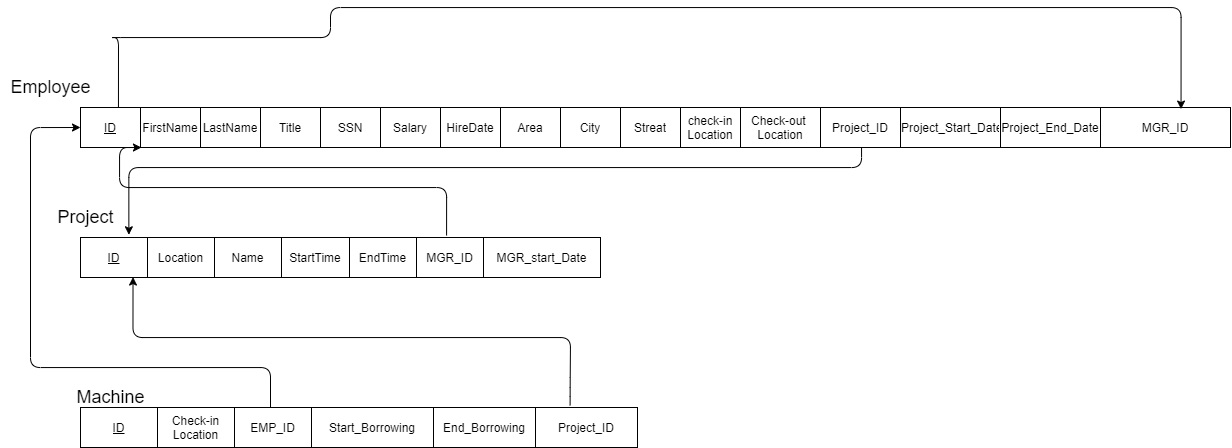
Before: schema.png, a diagram exported from draw.io (aymanred121/IGEC-Logging-App-Project). Source tidied: cells renumbered, new cells last; positions are measured from the earlier drawing's top-left corner, leaving out a move shared by most shapes. The source it was exported from:
```xml
<mxGraphModel>
  <root>
    <mxCell id="0" />
    <mxCell id="1" parent="0" />
    <mxCell id="2" style="shape=table;startSize=0;" parent="1" vertex="1">
      <mxGeometry x="80" y="100" width="1150" height="40" as="geometry" />
    </mxCell>
    <mxCell id="3" style="shape=partialRectangle;fillColor=none;top=0;left=0;bottom=0;right=0;points=[[0,0.5],[1,0.5]];portConstraint=eastwest;" parent="2" vertex="1">
      <mxGeometry width="1150" height="40" as="geometry" />
    </mxCell>
    <mxCell id="4" value="&lt;u&gt;ID&lt;/u&gt;" style="shape=partialRectangle;html=1;whiteSpace=wrap;overflow=hidden;fillColor=none;top=0;left=0;bottom=0;right=0;" parent="3" vertex="1">
      <mxGeometry width="60" height="40" as="geometry" />
    </mxCell>
    <mxCell id="5" value="FirstName" style="shape=partialRectangle;html=1;whiteSpace=wrap;overflow=hidden;fillColor=none;top=0;left=0;bottom=0;right=0;" parent="3" vertex="1">
      <mxGeometry x="60" width="60" height="40" as="geometry" />
    </mxCell>
    <mxCell id="6" value="LastName" style="shape=partialRectangle;html=1;whiteSpace=wrap;overflow=hidden;fillColor=none;top=0;left=0;bottom=0;right=0;" parent="3" vertex="1">
      <mxGeometry x="120" width="60" height="40" as="geometry" />
    </mxCell>
    <mxCell id="7" value="Title" style="shape=partialRectangle;html=1;whiteSpace=wrap;overflow=hidden;fillColor=none;top=0;left=0;bottom=0;right=0;" parent="3" vertex="1">
      <mxGeometry x="180" width="60" height="40" as="geometry" />
    </mxCell>
    <mxCell id="8" value="SSN" style="shape=partialRectangle;html=1;whiteSpace=wrap;overflow=hidden;fillColor=none;top=0;left=0;bottom=0;right=0;" parent="3" vertex="1">
      <mxGeometry x="240" width="60" height="40" as="geometry" />
    </mxCell>
    <mxCell id="9" value="Salary" style="shape=partialRectangle;html=1;whiteSpace=wrap;overflow=hidden;fillColor=none;top=0;left=0;bottom=0;right=0;" parent="3" vertex="1">
      <mxGeometry x="300" width="60" height="40" as="geometry" />
    </mxCell>
    <mxCell id="10" value="HireDate" style="shape=partialRectangle;html=1;whiteSpace=wrap;overflow=hidden;fillColor=none;top=0;left=0;bottom=0;right=0;" parent="3" vertex="1">
      <mxGeometry x="360" width="60" height="40" as="geometry" />
    </mxCell>
    <mxCell id="11" value="Area" style="shape=partialRectangle;html=1;whiteSpace=wrap;overflow=hidden;fillColor=none;top=0;left=0;bottom=0;right=0;" parent="3" vertex="1">
      <mxGeometry x="420" width="60" height="40" as="geometry" />
    </mxCell>
    <mxCell id="12" value="City" style="shape=partialRectangle;html=1;whiteSpace=wrap;overflow=hidden;fillColor=none;top=0;left=0;bottom=0;right=0;" parent="3" vertex="1">
      <mxGeometry x="480" width="60" height="40" as="geometry" />
    </mxCell>
    <mxCell id="13" value="Streat" style="shape=partialRectangle;html=1;whiteSpace=wrap;overflow=hidden;fillColor=none;top=0;left=0;bottom=0;right=0;" parent="3" vertex="1">
      <mxGeometry x="540" width="60" height="40" as="geometry" />
    </mxCell>
    <mxCell id="14" value="check-in Location" style="shape=partialRectangle;html=1;whiteSpace=wrap;overflow=hidden;fillColor=none;top=0;left=0;bottom=0;right=0;" parent="3" vertex="1">
      <mxGeometry x="600" width="60" height="40" as="geometry" />
    </mxCell>
    <mxCell id="15" value="Check-out&amp;nbsp;&lt;br&gt;Location" style="shape=partialRectangle;html=1;whiteSpace=wrap;overflow=hidden;fillColor=none;top=0;left=0;bottom=0;right=0;" parent="3" vertex="1">
      <mxGeometry x="660" width="80" height="40" as="geometry" />
    </mxCell>
    <mxCell id="16" value="Project_ID" style="shape=partialRectangle;html=1;whiteSpace=wrap;overflow=hidden;fillColor=none;top=0;left=0;bottom=0;right=0;" parent="3" vertex="1">
      <mxGeometry x="740" width="80" height="40" as="geometry" />
    </mxCell>
    <mxCell id="17" value="Project_Start_Date" style="shape=partialRectangle;html=1;whiteSpace=wrap;overflow=hidden;fillColor=none;top=0;left=0;bottom=0;right=0;" parent="3" vertex="1">
      <mxGeometry x="820" width="100" height="40" as="geometry" />
    </mxCell>
    <mxCell id="18" value="Project_End_Date" style="shape=partialRectangle;html=1;whiteSpace=wrap;overflow=hidden;fillColor=none;top=0;left=0;bottom=0;right=0;" parent="3" vertex="1">
      <mxGeometry x="920" width="100" height="40" as="geometry" />
    </mxCell>
    <mxCell id="19" value="MGR_ID" style="shape=partialRectangle;html=1;whiteSpace=wrap;overflow=hidden;fillColor=none;top=0;left=0;bottom=0;right=0;" parent="3" vertex="1">
      <mxGeometry x="1020" width="130" height="40" as="geometry" />
    </mxCell>
    <mxCell id="20" style="edgeStyle=segmentEdgeStyle;endArrow=classic;html=1;strokeColor=#000000;strokeWidth=1;exitX=0.033;exitY=0;exitDx=0;exitDy=0;exitPerimeter=0;entryX=0.957;entryY=0.039;entryDx=0;entryDy=0;entryPerimeter=0;" parent="2" edge="1" source="3" target="3">
      <mxGeometry relative="1" as="geometry">
        <Array as="points">
          <mxPoint x="30" y="-70" />
          <mxPoint x="250" y="-70" />
          <mxPoint x="250" y="-100" />
          <mxPoint x="861" y="-100" />
        </Array>
      </mxGeometry>
    </mxCell>
    <mxCell id="21" value="&lt;font style=&quot;font-size: 18px&quot;&gt;Employee&lt;/font&gt;" style="text;html=1;align=center;verticalAlign=middle;strokeColor=none;" parent="1" vertex="1">
      <mxGeometry y="70" width="100" height="20" as="geometry" />
    </mxCell>
    <mxCell id="22" style="shape=table;startSize=0;" parent="1" vertex="1">
      <mxGeometry x="80" y="230" width="520" height="40" as="geometry" />
    </mxCell>
    <mxCell id="23" style="shape=partialRectangle;fillColor=none;top=0;left=0;bottom=0;right=0;points=[[0,0.5],[1,0.5]];portConstraint=eastwest;" parent="22" vertex="1">
      <mxGeometry width="520" height="40" as="geometry" />
    </mxCell>
    <mxCell id="24" value="&lt;u&gt;ID&lt;/u&gt;" style="shape=partialRectangle;html=1;whiteSpace=wrap;overflow=hidden;fillColor=none;top=0;left=0;bottom=0;right=0;" parent="23" vertex="1">
      <mxGeometry width="67" height="40" as="geometry" />
    </mxCell>
    <mxCell id="25" value="Location" style="shape=partialRectangle;html=1;whiteSpace=wrap;overflow=hidden;fillColor=none;top=0;left=0;bottom=0;right=0;" parent="23" vertex="1">
      <mxGeometry x="67" width="67" height="40" as="geometry" />
    </mxCell>
    <mxCell id="26" value="Name" style="shape=partialRectangle;html=1;whiteSpace=wrap;overflow=hidden;fillColor=none;top=0;left=0;bottom=0;right=0;" parent="23" vertex="1">
      <mxGeometry x="134" width="67" height="40" as="geometry" />
    </mxCell>
    <mxCell id="27" value="StartTime" style="shape=partialRectangle;html=1;whiteSpace=wrap;overflow=hidden;fillColor=none;top=0;left=0;bottom=0;right=0;" parent="23" vertex="1">
      <mxGeometry x="201" width="68" height="40" as="geometry" />
    </mxCell>
    <mxCell id="28" value="EndTime" style="shape=partialRectangle;html=1;whiteSpace=wrap;overflow=hidden;fillColor=none;top=0;left=0;bottom=0;right=0;" parent="23" vertex="1">
      <mxGeometry x="269" width="67" height="40" as="geometry" />
    </mxCell>
    <mxCell id="29" value="MGR_ID" style="shape=partialRectangle;html=1;whiteSpace=wrap;overflow=hidden;fillColor=none;top=0;left=0;bottom=0;right=0;" parent="23" vertex="1">
      <mxGeometry x="336" width="67" height="40" as="geometry" />
    </mxCell>
    <mxCell id="30" value="MGR_start_Date" style="shape=partialRectangle;html=1;whiteSpace=wrap;overflow=hidden;fillColor=none;top=0;left=0;bottom=0;right=0;" parent="23" vertex="1">
      <mxGeometry x="403" width="117" height="40" as="geometry" />
    </mxCell>
    <mxCell id="31" value="&lt;font style=&quot;font-size: 18px&quot;&gt;Project&lt;/font&gt;" style="text;html=1;align=center;verticalAlign=middle;strokeColor=none;" parent="1" vertex="1">
      <mxGeometry x="50" y="200" width="70" height="20" as="geometry" />
    </mxCell>
    <mxCell id="32" style="shape=table;startSize=0;" parent="1" vertex="1">
      <mxGeometry x="80" y="400" width="557" height="40" as="geometry" />
    </mxCell>
    <mxCell id="33" style="shape=partialRectangle;fillColor=none;top=0;left=0;bottom=0;right=0;points=[[0,0.5],[1,0.5]];portConstraint=eastwest;" parent="32" vertex="1">
      <mxGeometry width="557" height="40" as="geometry" />
    </mxCell>
    <mxCell id="34" value="&lt;u&gt;ID&lt;/u&gt;" style="shape=partialRectangle;html=1;whiteSpace=wrap;overflow=hidden;fillColor=none;top=0;left=0;bottom=0;right=0;" parent="33" vertex="1">
      <mxGeometry width="77" height="40" as="geometry" />
    </mxCell>
    <mxCell id="35" value="Check-in Location" style="shape=partialRectangle;html=1;whiteSpace=wrap;overflow=hidden;fillColor=none;top=0;left=0;bottom=0;right=0;" parent="33" vertex="1">
      <mxGeometry x="77" width="77" height="40" as="geometry" />
    </mxCell>
    <mxCell id="36" value="EMP_ID" style="shape=partialRectangle;html=1;whiteSpace=wrap;overflow=hidden;fillColor=none;top=0;left=0;bottom=0;right=0;" parent="33" vertex="1">
      <mxGeometry x="154" width="77" height="40" as="geometry" />
    </mxCell>
    <mxCell id="37" value="Start_Borrowing" style="shape=partialRectangle;html=1;whiteSpace=wrap;overflow=hidden;fillColor=none;top=0;left=0;bottom=0;right=0;" parent="33" vertex="1">
      <mxGeometry x="231" width="122" height="40" as="geometry" />
    </mxCell>
    <mxCell id="38" value="End_Borrowing" style="shape=partialRectangle;html=1;whiteSpace=wrap;overflow=hidden;fillColor=none;top=0;left=0;bottom=0;right=0;" parent="33" vertex="1">
      <mxGeometry x="353" width="102" height="40" as="geometry" />
    </mxCell>
    <mxCell id="39" value="Project_ID" style="shape=partialRectangle;html=1;whiteSpace=wrap;overflow=hidden;fillColor=none;top=0;left=0;bottom=0;right=0;" parent="33" vertex="1">
      <mxGeometry x="455" width="102" height="40" as="geometry" />
    </mxCell>
    <mxCell id="40" value="&lt;font style=&quot;font-size: 18px&quot;&gt;Machine&lt;/font&gt;" style="text;html=1;align=center;verticalAlign=middle;strokeColor=none;" parent="1" vertex="1">
      <mxGeometry x="70" y="380" width="80" height="20" as="geometry" />
    </mxCell>
    <mxCell id="41" style="edgeStyle=segmentEdgeStyle;endArrow=classic;html=1;strokeColor=#000000;strokeWidth=1;exitX=0.704;exitY=-0.05;exitDx=0;exitDy=0;exitPerimeter=0;entryX=0.053;entryY=1;entryDx=0;entryDy=0;entryPerimeter=0;" parent="1" edge="1" source="23" target="3">
      <mxGeometry relative="1" as="geometry">
        <Array as="points">
          <mxPoint x="446" y="180" />
          <mxPoint x="119" y="180" />
        </Array>
      </mxGeometry>
    </mxCell>
    <mxCell id="42" style="edgeStyle=segmentEdgeStyle;endArrow=classic;html=1;strokeColor=#000000;strokeWidth=1;entryX=0;entryY=0.5;entryDx=0;entryDy=0;" parent="1" edge="1" source="33" target="3">
      <mxGeometry relative="1" as="geometry">
        <Array as="points">
          <mxPoint x="270" y="360" />
          <mxPoint x="30" y="360" />
          <mxPoint x="30" y="120" />
        </Array>
      </mxGeometry>
    </mxCell>
    <mxCell id="43" style="edgeStyle=segmentEdgeStyle;endArrow=classic;html=1;strokeColor=#000000;strokeWidth=1;exitX=0.879;exitY=-0.054;exitDx=0;exitDy=0;exitPerimeter=0;entryX=0.101;entryY=0.989;entryDx=0;entryDy=0;entryPerimeter=0;" parent="1" edge="1" source="33" target="23">
      <mxGeometry relative="1" as="geometry">
        <Array as="points">
          <mxPoint x="570" y="380" />
          <mxPoint x="570" y="360" />
          <mxPoint x="570" y="330" />
          <mxPoint x="132" y="330" />
        </Array>
      </mxGeometry>
    </mxCell>
    <mxCell id="44" style="edgeStyle=segmentEdgeStyle;endArrow=classic;html=1;strokeColor=#000000;strokeWidth=1;entryX=0.093;entryY=-0.068;entryDx=0;entryDy=0;entryPerimeter=0;" parent="1" edge="1" source="3" target="23">
      <mxGeometry relative="1" as="geometry">
        <Array as="points">
          <mxPoint x="861" y="160" />
          <mxPoint x="128" y="160" />
        </Array>
      </mxGeometry>
    </mxCell>
  </root>
</mxGraphModel>
```
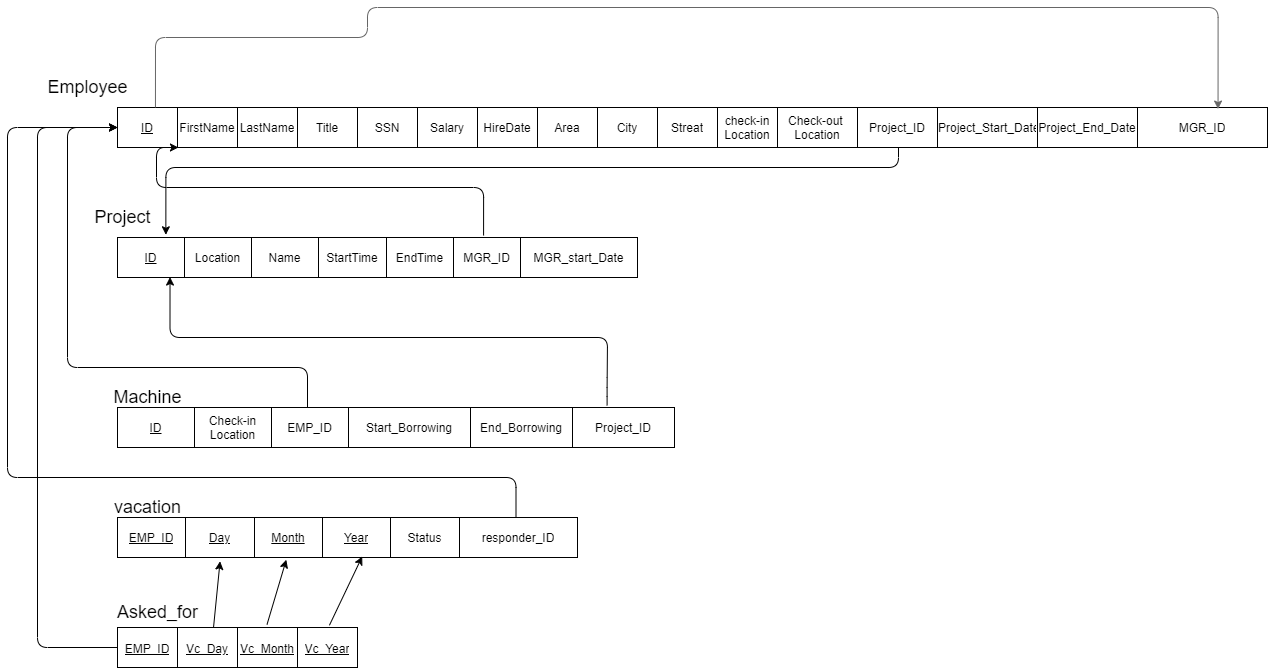
The same diagram one commit later.

Commit message:
schema with vacation "Not reviewed"

The edit, as a diff of the source:
```diff
@@ -56,13 +56,13 @@
     <mxCell id="19" value="MGR_ID" style="shape=partialRectangle;html=1;whiteSpace=wrap;overflow=hidden;fillColor=none;top=0;left=0;bottom=0;right=0;" parent="3" vertex="1">
       <mxGeometry x="1020" width="130" height="40" as="geometry" />
     </mxCell>
-    <mxCell id="20" style="edgeStyle=segmentEdgeStyle;endArrow=classic;html=1;strokeColor=#000000;strokeWidth=1;exitX=0.033;exitY=0;exitDx=0;exitDy=0;exitPerimeter=0;entryX=0.957;entryY=0.039;entryDx=0;entryDy=0;entryPerimeter=0;" parent="2" edge="1" source="3" target="3">
+    <mxCell id="20" style="edgeStyle=segmentEdgeStyle;endArrow=classic;html=1;strokeColor=#666666;strokeWidth=1;exitX=0.033;exitY=0;exitDx=0;exitDy=0;exitPerimeter=0;entryX=0.957;entryY=0.039;entryDx=0;entryDy=0;entryPerimeter=0;labelBackgroundColor=default;fontColor=default;fillColor=#f5f5f5;" parent="2" edge="1" source="3" target="3">
       <mxGeometry relative="1" as="geometry">
         <Array as="points">
-          <mxPoint x="30" y="-70" />
+          <mxPoint x="38" y="-70" />
           <mxPoint x="250" y="-70" />
           <mxPoint x="250" y="-100" />
-          <mxPoint x="861" y="-100" />
+          <mxPoint x="1101" y="-100" />
         </Array>
       </mxGeometry>
     </mxCell>
@@ -134,7 +134,7 @@
         </Array>
       </mxGeometry>
     </mxCell>
-    <mxCell id="42" style="edgeStyle=segmentEdgeStyle;endArrow=classic;html=1;strokeColor=#000000;strokeWidth=1;entryX=0;entryY=0.5;entryDx=0;entryDy=0;" parent="1" edge="1" source="33" target="3">
+    <mxCell id="42" style="edgeStyle=segmentEdgeStyle;endArrow=classic;html=1;strokeColor=#000000;strokeWidth=1;entryX=0;entryY=0.5;entryDx=0;entryDy=0;labelBackgroundColor=default;fontColor=default;" parent="1" edge="1" source="33" target="3">
       <mxGeometry relative="1" as="geometry">
         <Array as="points">
           <mxPoint x="270" y="360" />
@@ -161,5 +161,80 @@
         </Array>
       </mxGeometry>
     </mxCell>
+    <mxCell id="45" style="shape=table;startSize=0;fontColor=default;fillColor=default;strokeColor=default;" parent="1" vertex="1">
+      <mxGeometry x="80" y="510" width="460" height="40" as="geometry" />
+    </mxCell>
+    <mxCell id="46" style="shape=partialRectangle;fillColor=none;top=0;left=0;bottom=0;right=0;points=[[0,0.5],[1,0.5]];portConstraint=eastwest;fontColor=default;" parent="45" vertex="1">
+      <mxGeometry width="460" height="40" as="geometry" />
+    </mxCell>
+    <mxCell id="47" value="&lt;u&gt;EMP_ID&lt;/u&gt;" style="shape=partialRectangle;html=1;whiteSpace=wrap;overflow=hidden;fillColor=none;top=0;left=0;bottom=0;right=0;fontColor=default;" parent="46" vertex="1">
+      <mxGeometry width="68" height="40" as="geometry" />
+    </mxCell>
+    <mxCell id="48" value="&lt;u&gt;Day&lt;/u&gt;" style="shape=partialRectangle;html=1;whiteSpace=wrap;overflow=hidden;fillColor=none;top=0;left=0;bottom=0;right=0;fontColor=default;" parent="46" vertex="1">
+      <mxGeometry x="68" width="69" height="40" as="geometry" />
+    </mxCell>
+    <mxCell id="49" value="&lt;u&gt;Month&lt;/u&gt;" style="shape=partialRectangle;html=1;whiteSpace=wrap;overflow=hidden;fillColor=none;top=0;left=0;bottom=0;right=0;fontColor=default;" parent="46" vertex="1">
+      <mxGeometry x="137" width="68" height="40" as="geometry" />
+    </mxCell>
+    <mxCell id="50" value="&lt;u&gt;Year&lt;/u&gt;" style="shape=partialRectangle;html=1;whiteSpace=wrap;overflow=hidden;fillColor=none;top=0;left=0;bottom=0;right=0;fontColor=default;" parent="46" vertex="1">
+      <mxGeometry x="205" width="68" height="40" as="geometry" />
+    </mxCell>
+    <mxCell id="51" value="Status" style="shape=partialRectangle;html=1;whiteSpace=wrap;overflow=hidden;fillColor=none;top=0;left=0;bottom=0;right=0;fontColor=default;" parent="46" vertex="1">
+      <mxGeometry x="273" width="69" height="40" as="geometry" />
+    </mxCell>
+    <mxCell id="52" value="responder_ID" style="shape=partialRectangle;html=1;whiteSpace=wrap;overflow=hidden;fillColor=none;top=0;left=0;bottom=0;right=0;fontColor=default;" parent="46" vertex="1">
+      <mxGeometry x="342" width="118" height="40" as="geometry" />
+    </mxCell>
+    <mxCell id="53" value="&lt;font style=&quot;font-size: 18px&quot;&gt;vacation&lt;/font&gt;" style="text;html=1;align=center;verticalAlign=middle;strokeColor=none;fillColor=none;fontColor=default;" parent="1" vertex="1">
+      <mxGeometry x="70" y="490" width="80" height="20" as="geometry" />
+    </mxCell>
+    <mxCell id="54" style="edgeStyle=segmentEdgeStyle;endArrow=classic;html=1;strokeColor=#000000;strokeWidth=1;labelBackgroundColor=default;fontColor=default;entryX=0;entryY=0.5;entryDx=0;entryDy=0;" parent="1" edge="1" target="3">
+      <mxGeometry relative="1" as="geometry">
+        <mxPoint x="478.5" y="510" as="sourcePoint" />
+        <Array as="points">
+          <mxPoint x="479" y="470" />
+          <mxPoint x="-30" y="470" />
+          <mxPoint x="-30" y="120" />
+        </Array>
+      </mxGeometry>
+    </mxCell>
+    <mxCell id="55" style="shape=table;startSize=0;fontSize=18;fontColor=default;strokeColor=default;fillColor=default;" parent="1" vertex="1">
+      <mxGeometry x="80" y="620" width="240" height="40" as="geometry" />
+    </mxCell>
+    <mxCell id="56" style="shape=partialRectangle;fillColor=none;top=0;left=0;bottom=0;right=0;points=[[0,0.5],[1,0.5]];portConstraint=eastwest;fontSize=18;fontColor=default;strokeColor=default;" parent="55" vertex="1">
+      <mxGeometry width="240" height="40" as="geometry" />
+    </mxCell>
+    <mxCell id="57" value="&lt;font style=&quot;font-size: 12px&quot;&gt;&lt;u&gt;EMP_ID&lt;/u&gt;&lt;/font&gt;" style="shape=partialRectangle;html=1;whiteSpace=wrap;overflow=hidden;fillColor=none;top=0;left=0;bottom=0;right=0;fontSize=18;fontColor=default;strokeColor=default;" parent="56" vertex="1">
+      <mxGeometry width="60" height="40" as="geometry" />
+    </mxCell>
+    <mxCell id="58" value="&lt;font style=&quot;font-size: 12px&quot;&gt;&lt;u&gt;Vc_Day&lt;/u&gt;&lt;/font&gt;" style="shape=partialRectangle;html=1;whiteSpace=wrap;overflow=hidden;fillColor=none;top=0;left=0;bottom=0;right=0;fontSize=18;fontColor=default;strokeColor=default;" parent="56" vertex="1">
+      <mxGeometry x="60" width="60" height="40" as="geometry" />
+    </mxCell>
+    <mxCell id="59" value="&lt;font style=&quot;font-size: 12px&quot;&gt;&lt;u&gt;Vc_Month&lt;/u&gt;&lt;/font&gt;" style="shape=partialRectangle;html=1;whiteSpace=wrap;overflow=hidden;fillColor=none;top=0;left=0;bottom=0;right=0;fontSize=18;fontColor=default;strokeColor=default;" parent="56" vertex="1">
+      <mxGeometry x="120" width="60" height="40" as="geometry" />
+    </mxCell>
+    <mxCell id="60" value="&lt;font style=&quot;font-size: 12px&quot;&gt;&lt;u&gt;Vc_Year&lt;/u&gt;&lt;/font&gt;" style="shape=partialRectangle;html=1;whiteSpace=wrap;overflow=hidden;fillColor=none;top=0;left=0;bottom=0;right=0;fontSize=18;fontColor=default;strokeColor=default;" parent="56" vertex="1">
+      <mxGeometry x="180" width="60" height="40" as="geometry" />
+    </mxCell>
+    <mxCell id="61" value="Asked_for" style="text;html=1;align=center;verticalAlign=middle;strokeColor=none;fillColor=none;fontSize=18;fontColor=default;" parent="1" vertex="1">
+      <mxGeometry x="70" y="590" width="100" height="30" as="geometry" />
+    </mxCell>
+    <mxCell id="62" style="edgeStyle=segmentEdgeStyle;endArrow=classic;html=1;strokeColor=#000000;strokeWidth=1;labelBackgroundColor=default;fontColor=default;entryX=0;entryY=0.5;entryDx=0;entryDy=0;exitX=0;exitY=0.5;exitDx=0;exitDy=0;" parent="1" edge="1" source="56" target="3">
+      <mxGeometry relative="1" as="geometry">
+        <Array as="points">
+          <mxPoint y="640" />
+          <mxPoint y="120" />
+        </Array>
+      </mxGeometry>
+    </mxCell>
+    <mxCell id="63" style="endArrow=classic;html=1;rounded=0;labelBackgroundColor=default;fontSize=12;fontColor=default;strokeColor=default;exitX=0.4;exitY=0.005;exitDx=0;exitDy=0;exitPerimeter=0;entryX=0.223;entryY=1.095;entryDx=0;entryDy=0;entryPerimeter=0;" parent="1" edge="1" source="56" target="46">
+      <mxGeometry relative="1" as="geometry" />
+    </mxCell>
+    <mxCell id="64" style="endArrow=classic;html=1;rounded=0;labelBackgroundColor=default;fontSize=12;fontColor=default;strokeColor=default;exitX=0.883;exitY=-0.055;exitDx=0;exitDy=0;exitPerimeter=0;entryX=0.532;entryY=0.975;entryDx=0;entryDy=0;entryPerimeter=0;" parent="1" edge="1" source="56" target="46">
+      <mxGeometry relative="1" as="geometry" />
+    </mxCell>
+    <mxCell id="65" style="endArrow=classic;html=1;rounded=0;labelBackgroundColor=default;fontSize=12;fontColor=default;strokeColor=default;exitX=0.623;exitY=-0.075;exitDx=0;exitDy=0;exitPerimeter=0;entryX=0.367;entryY=1.055;entryDx=0;entryDy=0;entryPerimeter=0;" parent="1" edge="1" source="56" target="46">
+      <mxGeometry relative="1" as="geometry" />
+    </mxCell>
   </root>
 </mxGraphModel>
```
